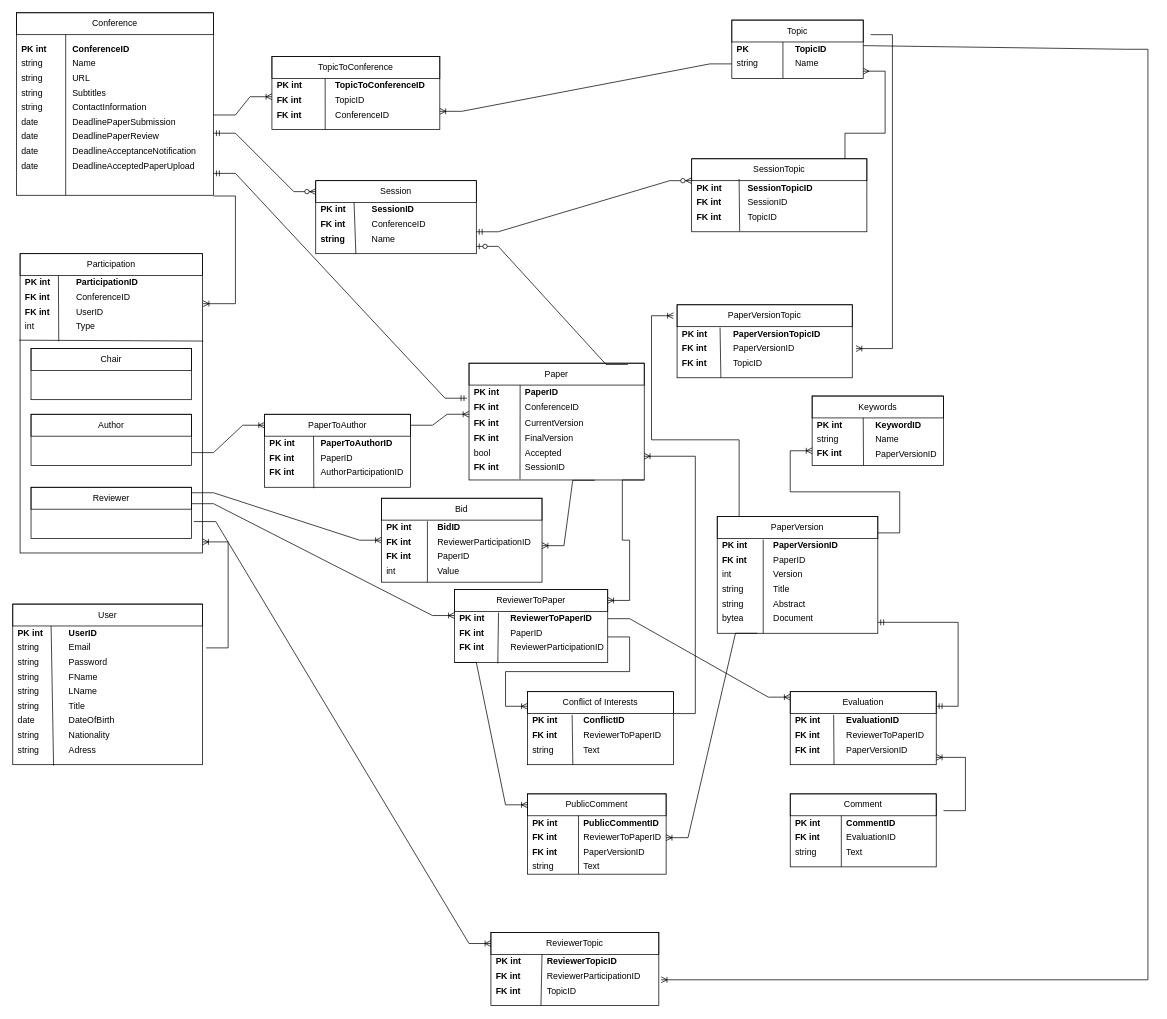
The draw.io diagram Database Diagram.drawio in SE-Powerpuff-Girls/SE-Powerpuff-Girls, before the edit. Source tidied: cells renumbered, new cells numbered last; positions are measured from the earlier drawing's top-left corner, leaving out a move shared by most shapes. Both pictures are drawn from the tidied source at 73%, with x=0, y=0 at pixel (12, 12).
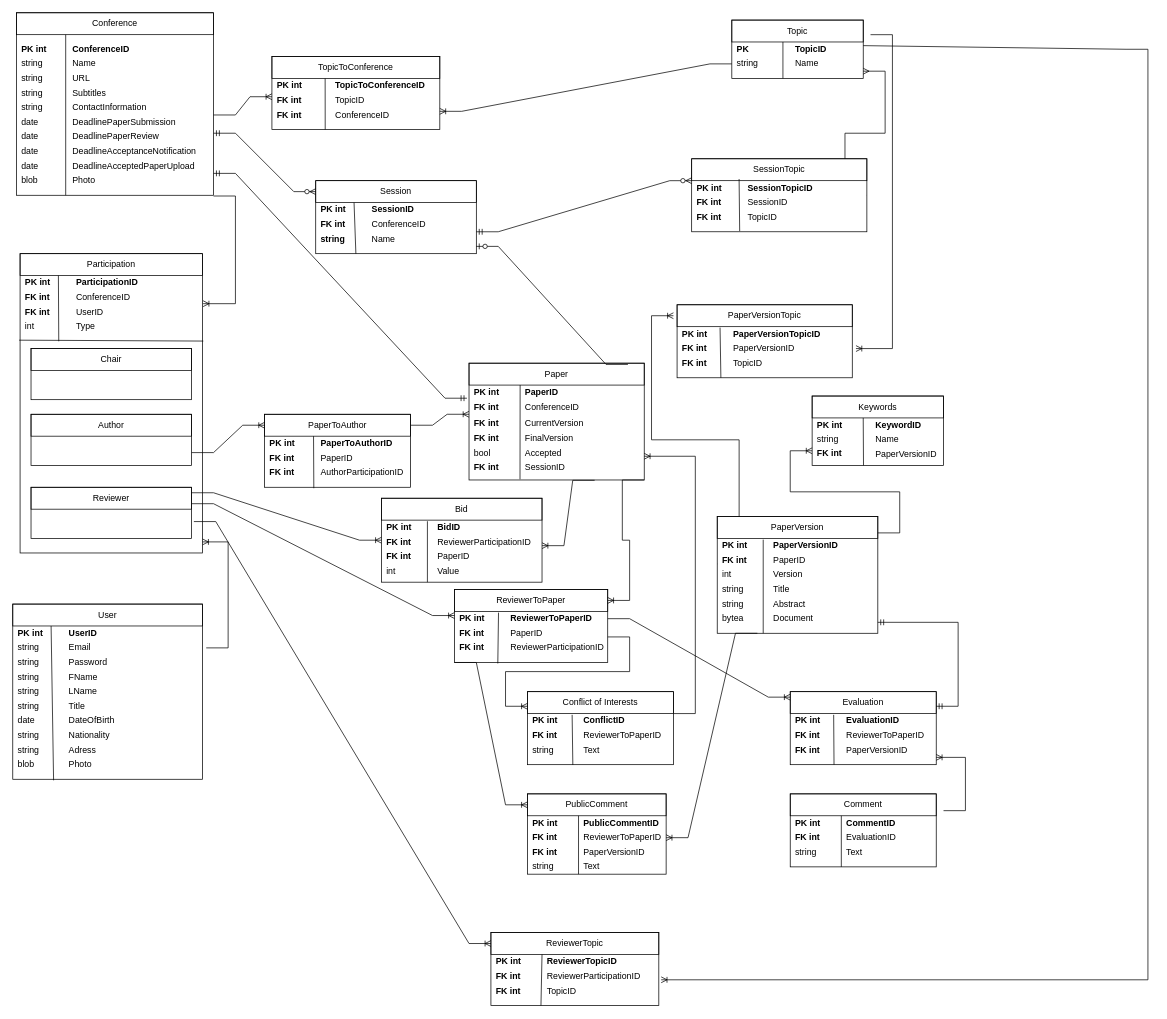
The same diagram, later.

Change to the diagram source:
```diff
@@
     <mxCell id="41" style="rounded=0;whiteSpace=wrap;html=1;strokeColor=default;" parent="1" vertex="1">
-      <mxGeometry y="810" width="260" height="220" as="geometry" />
+      <mxGeometry y="810" width="260" height="240" as="geometry" />
     </mxCell>
@@
+    <mxCell id="248" value="blob" style="text;html=1;strokeColor=none;fillColor=none;align=left;verticalAlign=middle;whiteSpace=wrap;rounded=0;spacingLeft=5;" parent="1" vertex="1">
+      <mxGeometry x="5" y="220" width="70" height="20" as="geometry" />
+    </mxCell>
+    <mxCell id="249" value="Photo" style="text;html=1;strokeColor=none;fillColor=none;align=left;verticalAlign=middle;whiteSpace=wrap;rounded=0;spacingLeft=5;" parent="1" vertex="1">
+      <mxGeometry x="75" y="220" width="195" height="20" as="geometry" />
+    </mxCell>
+    <mxCell id="250" value="blob" style="text;html=1;strokeColor=none;fillColor=none;align=left;verticalAlign=middle;whiteSpace=wrap;rounded=0;spacingLeft=5;fontStyle=0;" parent="1" vertex="1">
+      <mxGeometry y="1020" width="70" height="20" as="geometry" />
+    </mxCell>
+    <mxCell id="251" value="Photo" style="text;html=1;strokeColor=none;fillColor=none;align=left;verticalAlign=middle;whiteSpace=wrap;rounded=0;spacingLeft=5;fontStyle=0;" parent="1" vertex="1">
+      <mxGeometry x="70" y="1020" width="190" height="20" as="geometry" />
+    </mxCell>
```
